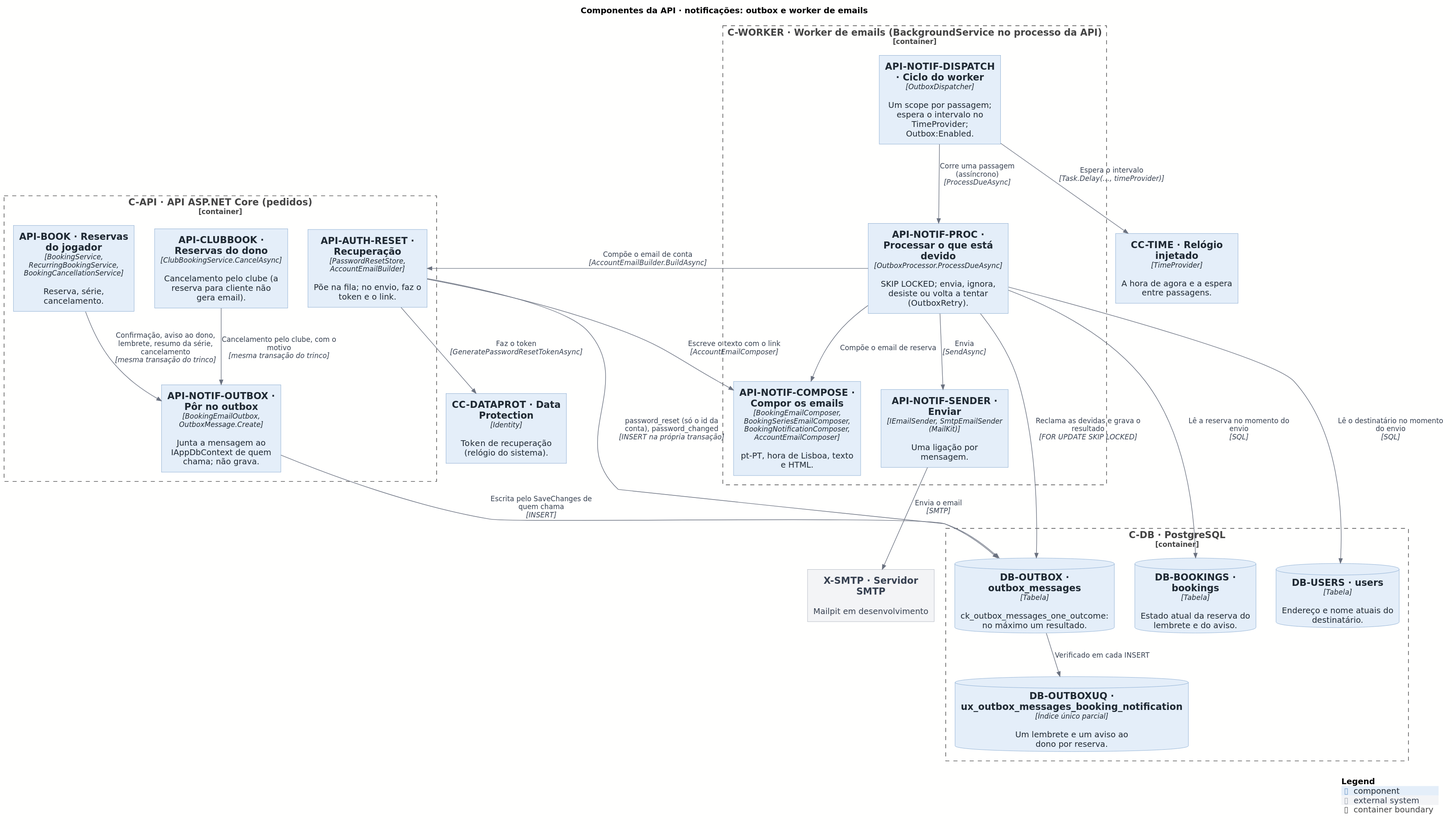
The PlantUML diagram docs/architecture/out/03-components-api-notifications.svg in rodrigo4sousa/SportsEstablishments, before a commit.
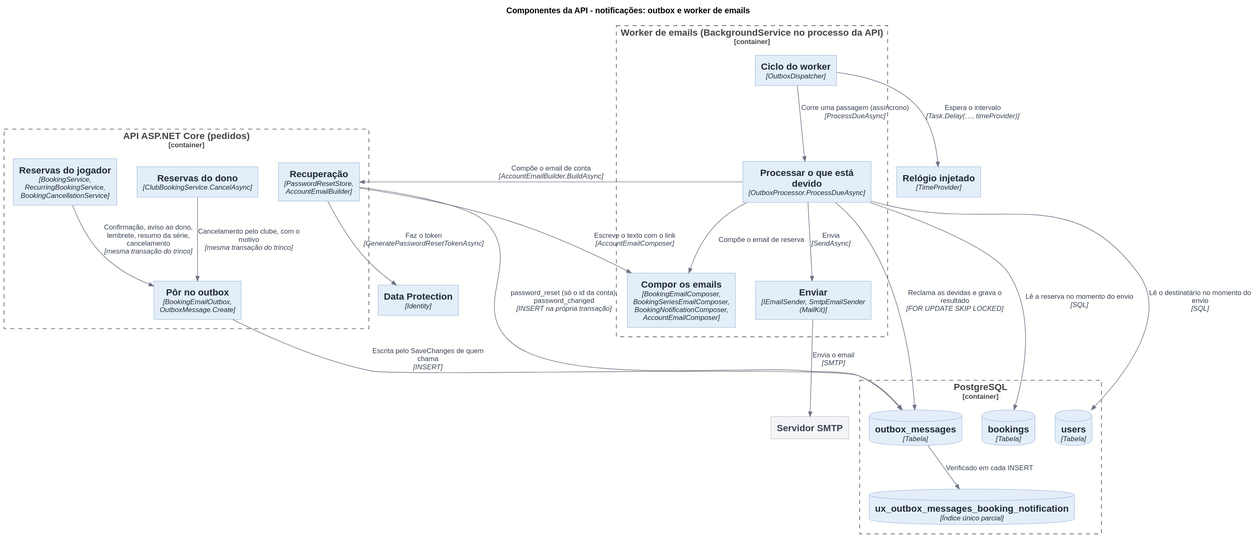
The same diagram one commit later.

What changed in the source:
```diff
@@ -2,35 +2,35 @@
 !include <C4/C4_Component>
 !include ../style.puml
 
-title Componentes da API · notificações: outbox e worker de emails
+title Componentes da API - notificações: outbox e worker de emails
 
 LAYOUT_TOP_DOWN()
 
-Container_Boundary(C_API, "C-API · API ASP.NET Core (pedidos)") {
-  Component(API_BOOK, "API-BOOK · Reservas do jogador", "BookingService, RecurringBookingService, BookingCancellationService", "Reserva, série, cancelamento.")
-  Component(API_CLUBBOOK, "API-CLUBBOOK · Reservas do dono", "ClubBookingService.CancelAsync", "Cancelamento pelo clube (a reserva para cliente não gera email).")
-  Component(API_AUTH_RESET, "API-AUTH-RESET · Recuperação", "PasswordResetStore, AccountEmailBuilder", "Põe na fila; no envio, faz o token e o link.")
-  Component(API_NOTIF_OUTBOX, "API-NOTIF-OUTBOX · Pôr no outbox", "BookingEmailOutbox, OutboxMessage.Create", "Junta a mensagem ao IAppDbContext de quem chama; não grava.")
+Container_Boundary(C_API, "API ASP.NET Core (pedidos)") {
+  Component(API_BOOK, "Reservas do jogador", "BookingService, RecurringBookingService, BookingCancellationService")
+  Component(API_CLUBBOOK, "Reservas do dono", "ClubBookingService.CancelAsync")
+  Component(API_AUTH_RESET, "Recuperação", "PasswordResetStore, AccountEmailBuilder")
+  Component(API_NOTIF_OUTBOX, "Pôr no outbox", "BookingEmailOutbox, OutboxMessage.Create")
 }
 
-Container_Boundary(C_WORKER, "C-WORKER · Worker de emails (BackgroundService no processo da API)") {
-  Component(API_NOTIF_DISPATCH, "API-NOTIF-DISPATCH · Ciclo do worker", "OutboxDispatcher", "Um scope por passagem; espera o intervalo no TimeProvider; Outbox:Enabled.")
-  Component(API_NOTIF_PROC, "API-NOTIF-PROC · Processar o que está devido", "OutboxProcessor.ProcessDueAsync", "SKIP LOCKED; envia, ignora, desiste ou volta a tentar (OutboxRetry).")
-  Component(API_NOTIF_COMPOSE, "API-NOTIF-COMPOSE · Compor os emails", "BookingEmailComposer, BookingSeriesEmailComposer, BookingNotificationComposer, AccountEmailComposer", "pt-PT, hora de Lisboa, texto e HTML.")
-  Component(API_NOTIF_SENDER, "API-NOTIF-SENDER · Enviar", "IEmailSender, SmtpEmailSender (MailKit)", "Uma ligação por mensagem.")
+Container_Boundary(C_WORKER, "Worker de emails (BackgroundService no processo da API)") {
+  Component(API_NOTIF_DISPATCH, "Ciclo do worker", "OutboxDispatcher")
+  Component(API_NOTIF_PROC, "Processar o que está devido", "OutboxProcessor.ProcessDueAsync")
+  Component(API_NOTIF_COMPOSE, "Compor os emails", "BookingEmailComposer, BookingSeriesEmailComposer, BookingNotificationComposer, AccountEmailComposer")
+  Component(API_NOTIF_SENDER, "Enviar", "IEmailSender, SmtpEmailSender (MailKit)")
 }
 
-Component(CC_DATAPROT, "CC-DATAPROT · Data Protection", "Identity", "Token de recuperação (relógio do sistema).")
-Component(CC_TIME, "CC-TIME · Relógio injetado", "TimeProvider", "A hora de agora e a espera entre passagens.")
+Component(CC_DATAPROT, "Data Protection", "Identity")
+Component(CC_TIME, "Relógio injetado", "TimeProvider")
 
-Container_Boundary(C_DB, "C-DB · PostgreSQL") {
-  ComponentDb(DB_OUTBOX, "DB-OUTBOX · outbox_messages", "Tabela", "ck_outbox_messages_one_outcome: no máximo um resultado.")
-  ComponentDb(DB_OUTBOXUQ, "DB-OUTBOXUQ · ux_outbox_messages_booking_notification", "Índice único parcial", "Um lembrete e um aviso ao dono por reserva.")
-  ComponentDb(DB_USERS, "DB-USERS · users", "Tabela", "Endereço e nome atuais do destinatário.")
-  ComponentDb(DB_BOOKINGS, "DB-BOOKINGS · bookings", "Tabela", "Estado atual da reserva do lembrete e do aviso.")
+Container_Boundary(C_DB, "PostgreSQL") {
+  ComponentDb(DB_OUTBOX, "outbox_messages", "Tabela")
+  ComponentDb(DB_OUTBOXUQ, "ux_outbox_messages_booking_notification", "Índice único parcial")
+  ComponentDb(DB_USERS, "users", "Tabela")
+  ComponentDb(DB_BOOKINGS, "bookings", "Tabela")
 }
 
-System_Ext(X_SMTP, "X-SMTP · Servidor SMTP", "Mailpit em desenvolvimento")
+System_Ext(X_SMTP, "Servidor SMTP")
 
 Rel(API_BOOK, API_NOTIF_OUTBOX, $plain("Confirmação, aviso ao dono, lembrete, resumo da série, cancelamento"), "mesma transação do trinco")
 Rel(API_CLUBBOOK, API_NOTIF_OUTBOX, $plain("Cancelamento pelo clube, com o motivo"), "mesma transação do trinco")
@@ -49,6 +49,4 @@
 Rel(API_AUTH_RESET, API_NOTIF_COMPOSE, $plain("Escreve o texto com o link"), "AccountEmailComposer")
 Rel(API_NOTIF_PROC, API_NOTIF_SENDER, $plain("Envia"), "SendAsync")
 Rel(API_NOTIF_SENDER, X_SMTP, $plain("Envia o email"), "SMTP")
-
-SHOW_LEGEND()
 @enduml
```
